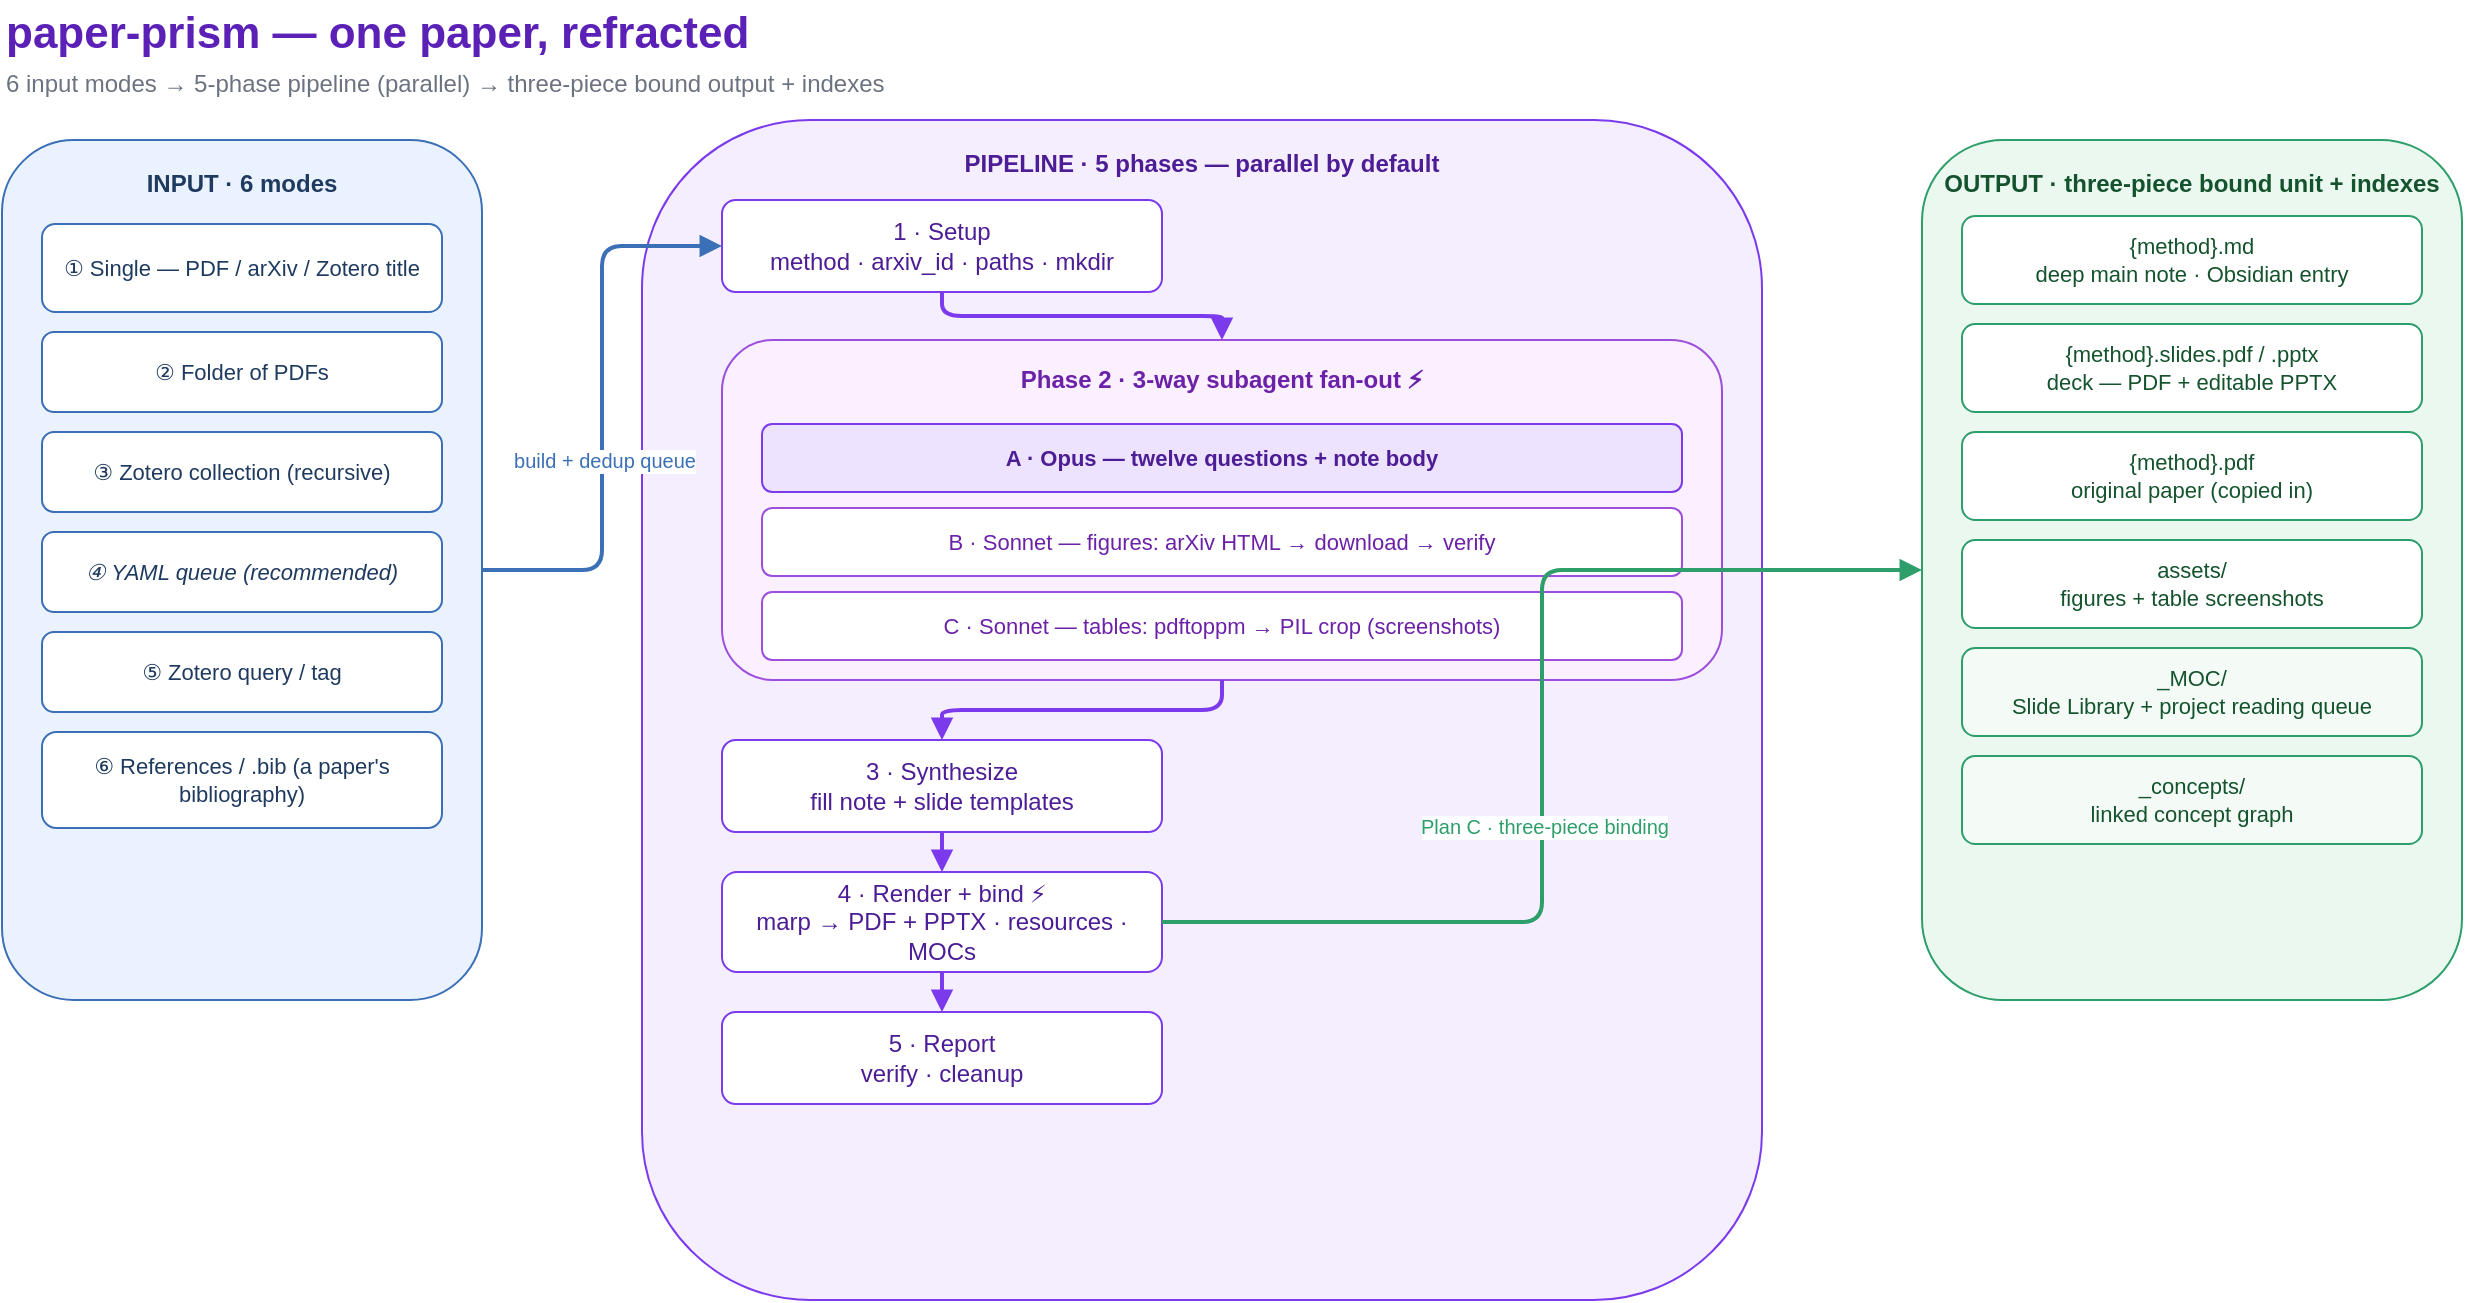
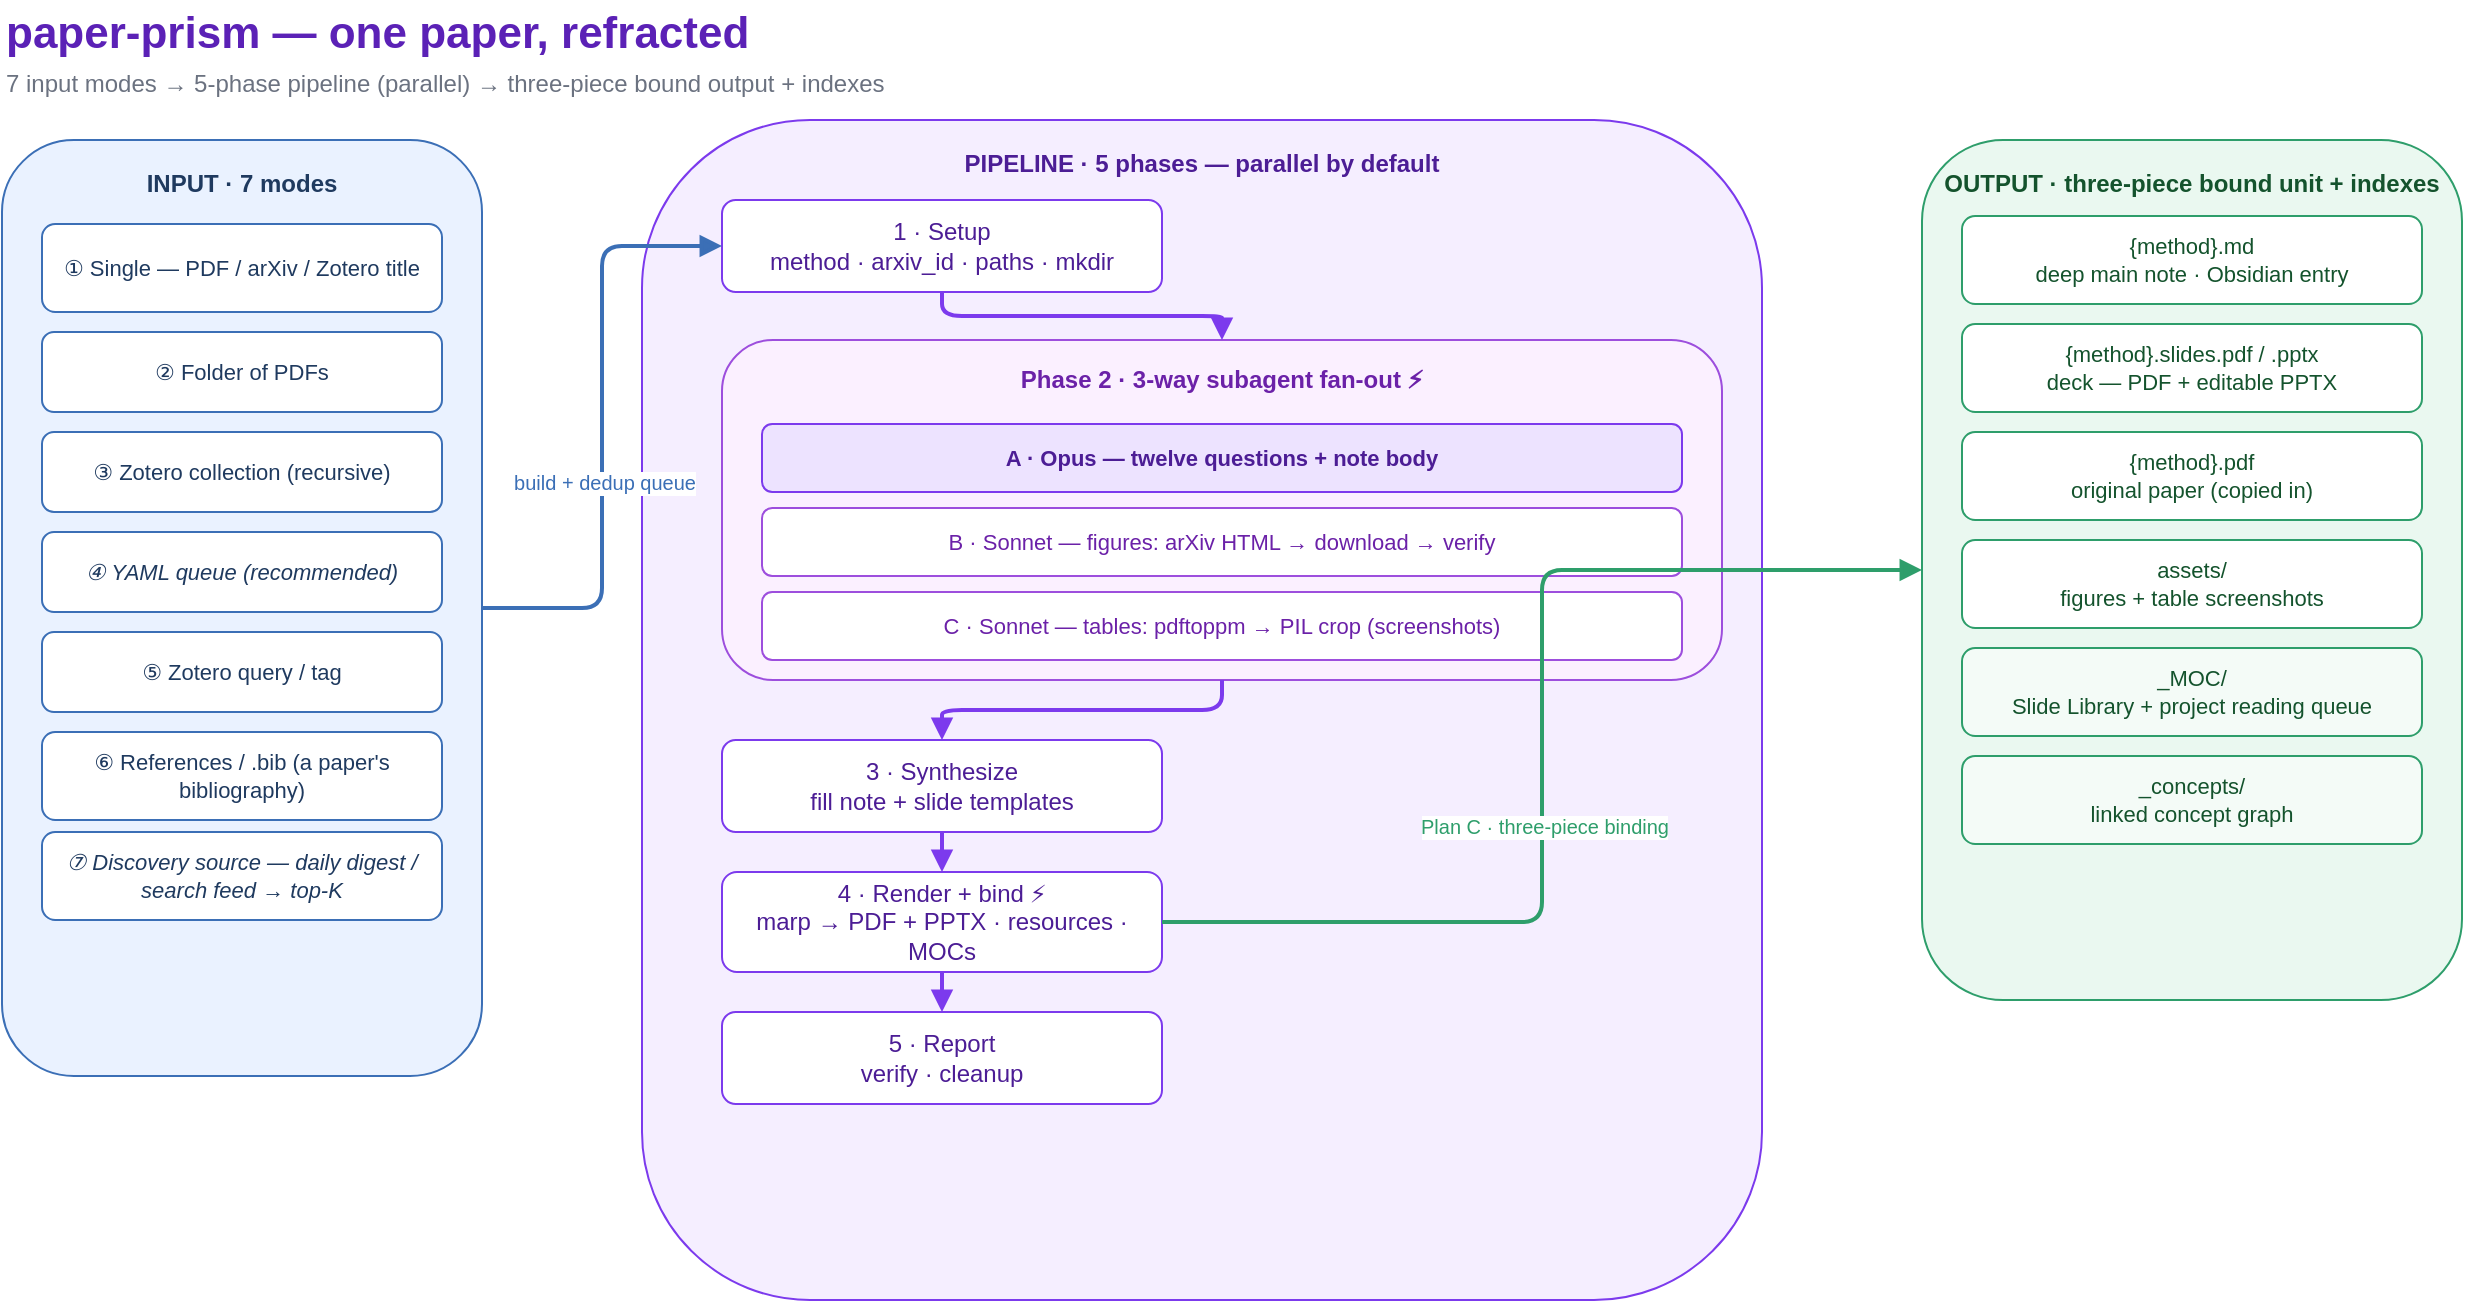
<mxfile host="Electron" agent="paper-prism">
  <diagram name="paper-prism architecture" id="paper-prism-arch-1">
    <mxGraphModel dx="1284" dy="912" grid="1" gridSize="10" guides="1" tooltips="1" connect="1" arrows="1" fold="1" page="1" pageScale="1" pageWidth="1300" pageHeight="720" math="0" shadow="0">
      <root>
        <mxCell id="0" />
        <mxCell id="1" parent="0" />
        <mxCell id="title" parent="1" style="text;html=1;align=left;verticalAlign=middle;fontSize=22;fontStyle=1;fontColor=#5B21B6;" value="paper-prism — one paper, refracted" vertex="1">
          <mxGeometry height="34" width="600" x="40" y="20" as="geometry" />
        </mxCell>
-         <mxCell id="subtitle" parent="1" style="text;html=1;align=left;verticalAlign=middle;fontSize=12;fontColor=#6B7280;" value="6 input modes  →  5-phase pipeline (parallel)  →  three-piece bound output + indexes" vertex="1">
+         <mxCell id="subtitle" parent="1" style="text;html=1;align=left;verticalAlign=middle;fontSize=12;fontColor=#6B7280;" value="7 input modes  →  5-phase pipeline (parallel)  →  three-piece bound output + indexes" vertex="1">
          <mxGeometry height="20" width="700" x="40" y="52" as="geometry" />
        </mxCell>
-         <mxCell id="inGroup" parent="1" style="rounded=1;whiteSpace=wrap;html=1;fillColor=#EAF2FF;strokeColor=#3B6FB6;fontColor=#1F3A5F;fontStyle=1;verticalAlign=top;spacingTop=8;" value="INPUT · 6 modes" vertex="1">
-           <mxGeometry height="430" width="240" x="40" y="90" as="geometry" />
+         <mxCell id="inGroup" parent="1" style="rounded=1;whiteSpace=wrap;html=1;fillColor=#EAF2FF;strokeColor=#3B6FB6;fontColor=#1F3A5F;fontStyle=1;verticalAlign=top;spacingTop=8;" value="INPUT · 7 modes" vertex="1">
+           <mxGeometry height="468" width="240" x="40" y="90" as="geometry" />
        </mxCell>
        <mxCell id="in1" parent="1" style="rounded=1;whiteSpace=wrap;html=1;fillColor=#FFFFFF;strokeColor=#3B6FB6;fontColor=#1F3A5F;fontSize=11;" value="① Single — PDF / arXiv / Zotero title" vertex="1">
          <mxGeometry height="44" width="200" x="60" y="132" as="geometry" />
        </mxCell>
        <mxCell id="in2" parent="1" style="rounded=1;whiteSpace=wrap;html=1;fillColor=#FFFFFF;strokeColor=#3B6FB6;fontColor=#1F3A5F;fontSize=11;" value="② Folder of PDFs" vertex="1">
          <mxGeometry height="40" width="200" x="60" y="186" as="geometry" />
        </mxCell>
        <mxCell id="in3" parent="1" style="rounded=1;whiteSpace=wrap;html=1;fillColor=#FFFFFF;strokeColor=#3B6FB6;fontColor=#1F3A5F;fontSize=11;" value="③ Zotero collection (recursive)" vertex="1">
          <mxGeometry height="40" width="200" x="60" y="236" as="geometry" />
        </mxCell>
        <mxCell id="in4" parent="1" style="rounded=1;whiteSpace=wrap;html=1;fillColor=#FFFFFF;strokeColor=#3B6FB6;fontColor=#1F3A5F;fontSize=11;fontStyle=2;" value="④ YAML queue  (recommended)" vertex="1">
          <mxGeometry height="40" width="200" x="60" y="286" as="geometry" />
        </mxCell>
        <mxCell id="in5" parent="1" style="rounded=1;whiteSpace=wrap;html=1;fillColor=#FFFFFF;strokeColor=#3B6FB6;fontColor=#1F3A5F;fontSize=11;" value="⑤ Zotero query / tag" vertex="1">
          <mxGeometry height="40" width="200" x="60" y="336" as="geometry" />
        </mxCell>
        <mxCell id="in6" parent="1" style="rounded=1;whiteSpace=wrap;html=1;fillColor=#FFFFFF;strokeColor=#3B6FB6;fontColor=#1F3A5F;fontSize=11;" value="⑥ References / .bib  (a paper&#39;s bibliography)" vertex="1">
-           <mxGeometry height="48" width="200" x="60" y="386" as="geometry" />
+           <mxGeometry height="44" width="200" x="60" y="386" as="geometry" />
+         </mxCell>
+         <mxCell id="in7" parent="1" style="rounded=1;whiteSpace=wrap;html=1;fillColor=#FFFFFF;strokeColor=#3B6FB6;fontColor=#1F3A5F;fontSize=11;fontStyle=2;" value="⑦ Discovery source — daily digest / search feed → top-K" vertex="1">
+           <mxGeometry height="44" width="200" x="60" y="436" as="geometry" />
        </mxCell>
        <mxCell id="pipeGroup" parent="1" style="rounded=1;whiteSpace=wrap;html=1;fillColor=#F5EEFF;strokeColor=#7C3AED;fontColor=#4C1D95;fontStyle=1;verticalAlign=top;spacingTop=8;" value="PIPELINE · 5 phases — parallel by default" vertex="1">
          <mxGeometry height="590" width="560" x="360" y="80" as="geometry" />
        </mxCell>
        <mxCell id="p1" parent="1" style="rounded=1;whiteSpace=wrap;html=1;fillColor=#FFFFFF;strokeColor=#7C3AED;fontColor=#4C1D95;fontSize=12;" value="1 · Setup&#xa;method · arxiv_id · paths · mkdir" vertex="1">
          <mxGeometry height="46" width="220" x="400" y="120" as="geometry" />
        </mxCell>
        <mxCell id="p2" parent="1" style="rounded=1;whiteSpace=wrap;html=1;fillColor=#FBF0FF;strokeColor=#9D4EDD;fontColor=#6B21A8;fontStyle=1;verticalAlign=top;spacingTop=6;fontSize=12;" value="Phase 2 · 3-way subagent fan-out  ⚡" vertex="1">
          <mxGeometry height="170" width="500" x="400" y="190" as="geometry" />
        </mxCell>
        <mxCell id="pA" parent="1" style="rounded=1;whiteSpace=wrap;html=1;fillColor=#EDE3FF;strokeColor=#7C3AED;fontColor=#4C1D95;fontSize=11;fontStyle=1;" value="A · Opus  —  twelve questions  +  note body" vertex="1">
          <mxGeometry height="34" width="460" x="420" y="232" as="geometry" />
        </mxCell>
        <mxCell id="pB" parent="1" style="rounded=1;whiteSpace=wrap;html=1;fillColor=#FFFFFF;strokeColor=#9D4EDD;fontColor=#6B21A8;fontSize=11;" value="B · Sonnet  —  figures: arXiv HTML → download → verify" vertex="1">
          <mxGeometry height="34" width="460" x="420" y="274" as="geometry" />
        </mxCell>
        <mxCell id="pC" parent="1" style="rounded=1;whiteSpace=wrap;html=1;fillColor=#FFFFFF;strokeColor=#9D4EDD;fontColor=#6B21A8;fontSize=11;" value="C · Sonnet  —  tables: pdftoppm → PIL crop (screenshots)" vertex="1">
          <mxGeometry height="34" width="460" x="420" y="316" as="geometry" />
        </mxCell>
        <mxCell id="p3" parent="1" style="rounded=1;whiteSpace=wrap;html=1;fillColor=#FFFFFF;strokeColor=#7C3AED;fontColor=#4C1D95;fontSize=12;" value="3 · Synthesize&#xa;fill note + slide templates" vertex="1">
          <mxGeometry height="46" width="220" x="400" y="390" as="geometry" />
        </mxCell>
        <mxCell id="p4" parent="1" style="rounded=1;whiteSpace=wrap;html=1;fillColor=#FFFFFF;strokeColor=#7C3AED;fontColor=#4C1D95;fontSize=12;" value="4 · Render + bind  ⚡&#xa;marp → PDF + PPTX · resources · MOCs" vertex="1">
          <mxGeometry height="50" width="220" x="400" y="456" as="geometry" />
        </mxCell>
        <mxCell id="p5" parent="1" style="rounded=1;whiteSpace=wrap;html=1;fillColor=#FFFFFF;strokeColor=#7C3AED;fontColor=#4C1D95;fontSize=12;" value="5 · Report&#xa;verify · cleanup" vertex="1">
          <mxGeometry height="46" width="220" x="400" y="526" as="geometry" />
        </mxCell>
        <mxCell id="outGroup" parent="1" style="rounded=1;whiteSpace=wrap;html=1;fillColor=#EAF8F0;strokeColor=#2E9E6B;fontColor=#14532D;fontStyle=1;verticalAlign=top;spacingTop=8;" value="OUTPUT · three-piece bound unit + indexes" vertex="1">
          <mxGeometry height="430" width="270" x="1000" y="90" as="geometry" />
        </mxCell>
        <mxCell id="o1" parent="1" style="rounded=1;whiteSpace=wrap;html=1;fillColor=#FFFFFF;strokeColor=#2E9E6B;fontColor=#14532D;fontSize=11;" value="{method}.md&#xa;deep main note · Obsidian entry" vertex="1">
          <mxGeometry height="44" width="230" x="1020" y="128" as="geometry" />
        </mxCell>
        <mxCell id="o2" parent="1" style="rounded=1;whiteSpace=wrap;html=1;fillColor=#FFFFFF;strokeColor=#2E9E6B;fontColor=#14532D;fontSize=11;" value="{method}.slides.pdf / .pptx&#xa;deck — PDF + editable PPTX" vertex="1">
          <mxGeometry height="44" width="230" x="1020" y="182" as="geometry" />
        </mxCell>
        <mxCell id="o3" parent="1" style="rounded=1;whiteSpace=wrap;html=1;fillColor=#FFFFFF;strokeColor=#2E9E6B;fontColor=#14532D;fontSize=11;" value="{method}.pdf&#xa;original paper (copied in)" vertex="1">
          <mxGeometry height="44" width="230" x="1020" y="236" as="geometry" />
        </mxCell>
        <mxCell id="o4" parent="1" style="rounded=1;whiteSpace=wrap;html=1;fillColor=#FFFFFF;strokeColor=#2E9E6B;fontColor=#14532D;fontSize=11;" value="assets/&#xa;figures + table screenshots" vertex="1">
          <mxGeometry height="44" width="230" x="1020" y="290" as="geometry" />
        </mxCell>
        <mxCell id="o5" parent="1" style="rounded=1;whiteSpace=wrap;html=1;fillColor=#F4FBF7;strokeColor=#2E9E6B;fontColor=#14532D;fontSize=11;" value="_MOC/&#xa;Slide Library + project reading queue" vertex="1">
          <mxGeometry height="44" width="230" x="1020" y="344" as="geometry" />
        </mxCell>
        <mxCell id="o6" parent="1" style="rounded=1;whiteSpace=wrap;html=1;fillColor=#F4FBF7;strokeColor=#2E9E6B;fontColor=#14532D;fontSize=11;" value="_concepts/&#xa;linked concept graph" vertex="1">
          <mxGeometry height="44" width="230" x="1020" y="398" as="geometry" />
        </mxCell>
        <mxCell id="eIn" edge="1" parent="1" source="inGroup" style="edgeStyle=orthogonalEdgeStyle;rounded=1;html=1;endArrow=block;strokeColor=#3B6FB6;strokeWidth=2;fontColor=#3B6FB6;fontSize=10;" target="p1">
          <mxGeometry relative="1" as="geometry" />
        </mxCell>
        <mxCell id="eInlbl" connectable="0" parent="eIn" style="edgeLabel;html=1;align=center;fontSize=10;fontColor=#3B6FB6;" value="build + dedup queue" vertex="1">
          <mxGeometry relative="1" x="-0.1" y="-1" as="geometry" />
        </mxCell>
        <mxCell id="e12" edge="1" parent="1" source="p1" style="edgeStyle=orthogonalEdgeStyle;rounded=1;html=1;endArrow=block;strokeColor=#7C3AED;strokeWidth=2;" target="p2">
          <mxGeometry relative="1" as="geometry" />
        </mxCell>
        <mxCell id="e23" edge="1" parent="1" source="p2" style="edgeStyle=orthogonalEdgeStyle;rounded=1;html=1;endArrow=block;strokeColor=#7C3AED;strokeWidth=2;" target="p3">
          <mxGeometry relative="1" as="geometry" />
        </mxCell>
        <mxCell id="e34" edge="1" parent="1" source="p3" style="edgeStyle=orthogonalEdgeStyle;rounded=1;html=1;endArrow=block;strokeColor=#7C3AED;strokeWidth=2;" target="p4">
          <mxGeometry relative="1" as="geometry" />
        </mxCell>
        <mxCell id="e45" edge="1" parent="1" source="p4" style="edgeStyle=orthogonalEdgeStyle;rounded=1;html=1;endArrow=block;strokeColor=#7C3AED;strokeWidth=2;" target="p5">
          <mxGeometry relative="1" as="geometry" />
        </mxCell>
        <mxCell id="eOut" edge="1" parent="1" source="p4" style="edgeStyle=orthogonalEdgeStyle;rounded=1;html=1;endArrow=block;strokeColor=#2E9E6B;strokeWidth=2;fontColor=#2E9E6B;exitX=1;exitY=0.5;exitDx=0;exitDy=0;" target="outGroup">
          <mxGeometry relative="1" as="geometry" />
        </mxCell>
        <mxCell id="eOutlbl" connectable="0" parent="eOut" style="edgeLabel;html=1;align=center;fontSize=10;fontColor=#2E9E6B;" value="Plan C · three-piece binding" vertex="1">
          <mxGeometry relative="1" x="-0.1" y="-1" as="geometry" />
        </mxCell>
      </root>
    </mxGraphModel>
  </diagram>
</mxfile>
